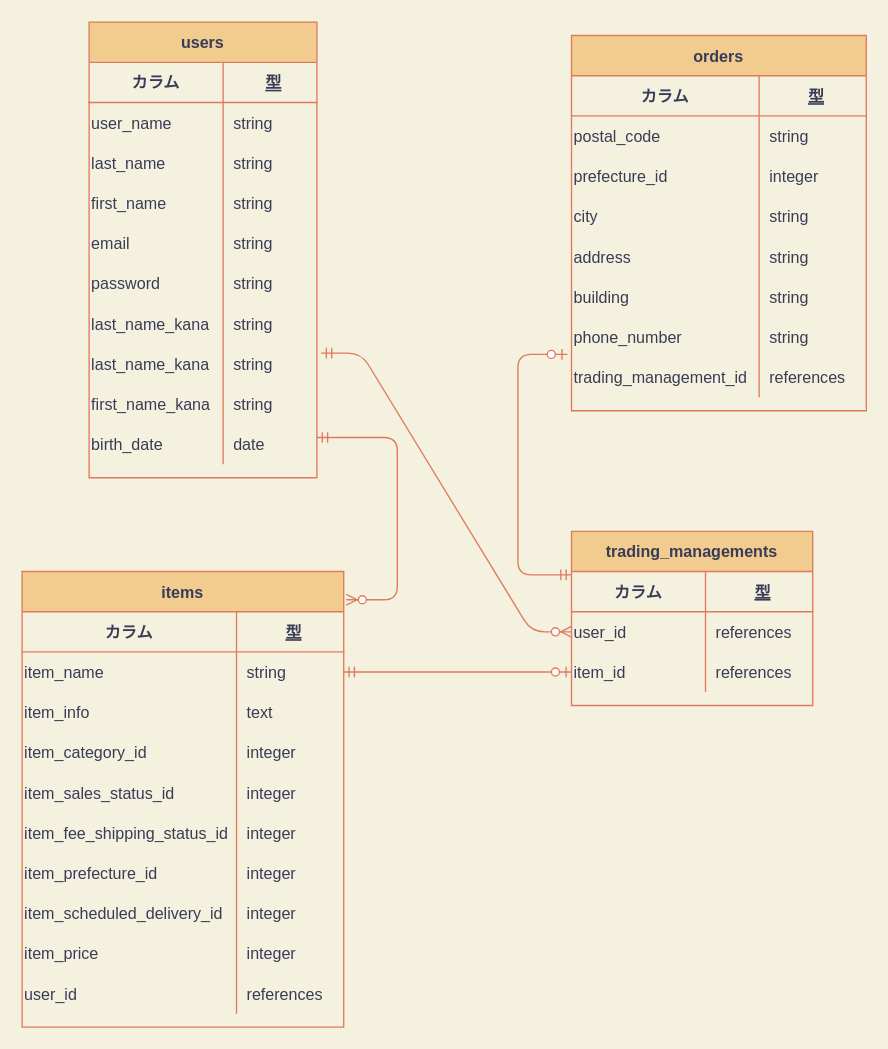
Before: er.dio in grenade-Y-O-S/furima-35778, a draw.io diagram. Source tidied: cells renumbered, new cells numbered last; positions are measured from the earlier drawing's top-left corner, leaving out a move shared by most shapes. Both pictures are drawn from the tidied source at 134%, with x=0, y=0 at pixel (21, 21).
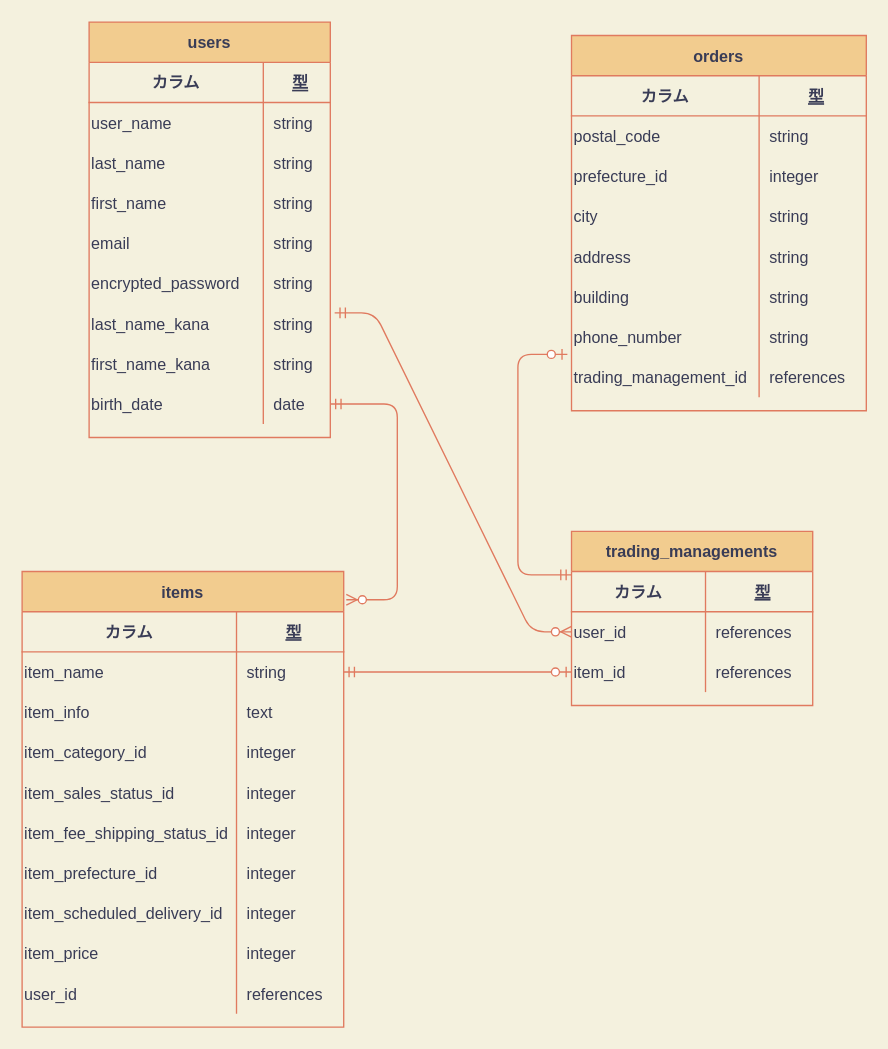
The same page after the edit.

Commit message:
データベース管理(修正5回目)

Unchanged cells that the change refers to:
```xml
<mxCell id="33" value="items" style="shape=table;startSize=30;childLayout=tableLayout;rowLines=0;fontStyle=1;align=center;fillColor=#F2CC8F;strokeColor=#E07A5F;fontColor=#393C56;" parent="1" vertex="1">
  <mxGeometry y="410" width="240" height="340" as="geometry" />
</mxCell>
```

The edit, as a diff of the source:
```diff
@@
     <mxCell id="2" value="users" style="shape=table;startSize=30;childLayout=tableLayout;rowLines=0;fontStyle=1;align=center;fillColor=#F2CC8F;strokeColor=#E07A5F;fontColor=#393C56;" parent="1" vertex="1">
-      <mxGeometry x="50" width="170" height="340" as="geometry" />
+      <mxGeometry x="50" width="180" height="310" as="geometry" />
     </mxCell>
     <mxCell id="3" style="shape=partialRectangle;fillColor=none;top=0;left=0;bottom=1;right=0;strokeColor=#E07A5F;fontColor=#393C56;" parent="2" vertex="1">
-      <mxGeometry y="30" width="170" height="30" as="geometry" />
+      <mxGeometry y="30" width="180" height="30" as="geometry" />
     </mxCell>
     <mxCell id="4" value="カラム" style="shape=partialRectangle;fillColor=none;top=0;left=0;bottom=0;right=0;fontStyle=1;overflow=hidden;strokeColor=#E07A5F;fontColor=#393C56;" parent="3" vertex="1">
-      <mxGeometry width="100" height="30" as="geometry" />
+      <mxGeometry width="130" height="30" as="geometry" />
     </mxCell>
     <mxCell id="5" value="型" style="shape=partialRectangle;fillColor=none;top=0;left=0;bottom=0;right=0;align=center;spacingLeft=6;fontStyle=5;overflow=hidden;strokeColor=#E07A5F;fontColor=#393C56;" parent="3" vertex="1">
-      <mxGeometry x="100" width="70" height="30" as="geometry" />
+      <mxGeometry x="130" width="50" height="30" as="geometry" />
     </mxCell>
     <mxCell id="6" style="shape=partialRectangle;fillColor=none;top=0;left=0;bottom=0;right=0;strokeColor=#E07A5F;fontColor=#393C56;" parent="2" vertex="1">
-      <mxGeometry y="60" width="170" height="30" as="geometry" />
+      <mxGeometry y="60" width="180" height="30" as="geometry" />
     </mxCell>
     <mxCell id="7" value="user_name" style="shape=partialRectangle;fillColor=none;top=0;left=0;bottom=0;right=0;overflow=hidden;align=left;strokeColor=#E07A5F;fontColor=#393C56;" parent="6" vertex="1">
-      <mxGeometry width="100" height="30" as="geometry" />
+      <mxGeometry width="130" height="30" as="geometry" />
     </mxCell>
     <mxCell id="8" value="string" style="shape=partialRectangle;fillColor=none;top=0;left=0;bottom=0;right=0;align=left;spacingLeft=6;overflow=hidden;strokeColor=#E07A5F;fontColor=#393C56;" parent="6" vertex="1">
-      <mxGeometry x="100" width="70" height="30" as="geometry" />
+      <mxGeometry x="130" width="50" height="30" as="geometry" />
     </mxCell>
     <mxCell id="9" style="shape=partialRectangle;fillColor=none;top=0;left=0;bottom=0;right=0;strokeColor=#E07A5F;fontColor=#393C56;" parent="2" vertex="1">
-      <mxGeometry y="90" width="170" height="30" as="geometry" />
+      <mxGeometry y="90" width="180" height="30" as="geometry" />
     </mxCell>
     <mxCell id="10" value="last_name" style="shape=partialRectangle;fillColor=none;top=0;left=0;bottom=0;right=0;overflow=hidden;align=left;strokeColor=#E07A5F;fontColor=#393C56;" parent="9" vertex="1">
-      <mxGeometry width="100" height="30" as="geometry" />
+      <mxGeometry width="130" height="30" as="geometry" />
     </mxCell>
     <mxCell id="11" value="string" style="shape=partialRectangle;fillColor=none;top=0;left=0;bottom=0;right=0;align=left;spacingLeft=6;overflow=hidden;strokeColor=#E07A5F;fontColor=#393C56;" parent="9" vertex="1">
-      <mxGeometry x="100" width="70" height="30" as="geometry" />
+      <mxGeometry x="130" width="50" height="30" as="geometry" />
     </mxCell>
     <mxCell id="12" style="shape=partialRectangle;fillColor=none;top=0;left=0;bottom=0;right=0;strokeColor=#E07A5F;fontColor=#393C56;" parent="2" vertex="1">
-      <mxGeometry y="120" width="170" height="30" as="geometry" />
+      <mxGeometry y="120" width="180" height="30" as="geometry" />
     </mxCell>
     <mxCell id="13" value="first_name" style="shape=partialRectangle;fillColor=none;top=0;left=0;bottom=0;right=0;overflow=hidden;align=left;strokeColor=#E07A5F;fontColor=#393C56;" parent="12" vertex="1">
-      <mxGeometry width="100" height="30" as="geometry" />
+      <mxGeometry width="130" height="30" as="geometry" />
     </mxCell>
     <mxCell id="14" value="string" style="shape=partialRectangle;fillColor=none;top=0;left=0;bottom=0;right=0;align=left;spacingLeft=6;overflow=hidden;strokeColor=#E07A5F;fontColor=#393C56;" parent="12" vertex="1">
-      <mxGeometry x="100" width="70" height="30" as="geometry" />
+      <mxGeometry x="130" width="50" height="30" as="geometry" />
     </mxCell>
     <mxCell id="15" style="shape=partialRectangle;fillColor=none;top=0;left=0;bottom=0;right=0;strokeColor=#E07A5F;fontColor=#393C56;" parent="2" vertex="1">
-      <mxGeometry y="150" width="170" height="30" as="geometry" />
+      <mxGeometry y="150" width="180" height="30" as="geometry" />
     </mxCell>
     <mxCell id="16" value="email" style="shape=partialRectangle;fillColor=none;top=0;left=0;bottom=0;right=0;overflow=hidden;align=left;strokeColor=#E07A5F;fontColor=#393C56;" parent="15" vertex="1">
-      <mxGeometry width="100" height="30" as="geometry" />
+      <mxGeometry width="130" height="30" as="geometry" />
     </mxCell>
     <mxCell id="17" value="string" style="shape=partialRectangle;fillColor=none;top=0;left=0;bottom=0;right=0;align=left;spacingLeft=6;overflow=hidden;strokeColor=#E07A5F;fontColor=#393C56;" parent="15" vertex="1">
-      <mxGeometry x="100" width="70" height="30" as="geometry" />
+      <mxGeometry x="130" width="50" height="30" as="geometry" />
     </mxCell>
     <mxCell id="18" style="shape=partialRectangle;fillColor=none;top=0;left=0;bottom=0;right=0;strokeColor=#E07A5F;fontColor=#393C56;" parent="2" vertex="1">
-      <mxGeometry y="180" width="170" height="30" as="geometry" />
+      <mxGeometry y="180" width="180" height="30" as="geometry" />
     </mxCell>
-    <mxCell id="19" value="password" style="shape=partialRectangle;fillColor=none;top=0;left=0;bottom=0;right=0;overflow=hidden;align=left;strokeColor=#E07A5F;fontColor=#393C56;" parent="18" vertex="1">
-      <mxGeometry width="100" height="30" as="geometry" />
+    <mxCell id="19" value="encrypted_password" style="shape=partialRectangle;fillColor=none;top=0;left=0;bottom=0;right=0;overflow=hidden;align=left;strokeColor=#E07A5F;fontColor=#393C56;" parent="18" vertex="1">
+      <mxGeometry width="130" height="30" as="geometry" />
     </mxCell>
     <mxCell id="20" value="string" style="shape=partialRectangle;fillColor=none;top=0;left=0;bottom=0;right=0;align=left;spacingLeft=6;overflow=hidden;strokeColor=#E07A5F;fontColor=#393C56;" parent="18" vertex="1">
-      <mxGeometry x="100" width="70" height="30" as="geometry" />
+      <mxGeometry x="130" width="50" height="30" as="geometry" />
     </mxCell>
-    <mxCell id="21" style="shape=partialRectangle;fillColor=none;top=0;left=0;bottom=0;right=0;strokeColor=#E07A5F;fontColor=#393C56;" parent="2" vertex="1">
-      <mxGeometry y="210" width="170" height="30" as="geometry" />
-    </mxCell>
-    <mxCell id="22" value="last_name_kana" style="shape=partialRectangle;fillColor=none;top=0;left=0;bottom=0;right=0;overflow=hidden;align=left;strokeColor=#E07A5F;fontColor=#393C56;" parent="21" vertex="1">
-      <mxGeometry width="100" height="30" as="geometry" />
-    </mxCell>
-    <mxCell id="23" value="string" style="shape=partialRectangle;fillColor=none;top=0;left=0;bottom=0;right=0;align=left;spacingLeft=6;overflow=hidden;strokeColor=#E07A5F;fontColor=#393C56;" parent="21" vertex="1">
-      <mxGeometry x="100" width="70" height="30" as="geometry" />
-    </mxCell>
     <mxCell id="24" style="shape=partialRectangle;fillColor=none;top=0;left=0;bottom=0;right=0;points=[[0,0.5],[1,0.5]];portConstraint=eastwest;strokeColor=#E07A5F;fontColor=#393C56;" parent="2" vertex="1">
-      <mxGeometry y="240" width="170" height="30" as="geometry" />
+      <mxGeometry y="210" width="180" height="30" as="geometry" />
     </mxCell>
     <mxCell id="25" value="last_name_kana" style="shape=partialRectangle;fillColor=none;top=0;left=0;bottom=0;right=0;overflow=hidden;align=left;strokeColor=#E07A5F;fontColor=#393C56;" parent="24" vertex="1">
-      <mxGeometry width="100" height="30" as="geometry" />
+      <mxGeometry width="130" height="30" as="geometry" />
     </mxCell>
     <mxCell id="26" value="string" style="shape=partialRectangle;fillColor=none;top=0;left=0;bottom=0;right=0;align=left;spacingLeft=6;overflow=hidden;strokeColor=#E07A5F;fontColor=#393C56;" parent="24" vertex="1">
-      <mxGeometry x="100" width="70" height="30" as="geometry" />
+      <mxGeometry x="130" width="50" height="30" as="geometry" />
     </mxCell>
     <mxCell id="27" style="shape=partialRectangle;fillColor=none;top=0;left=0;bottom=0;right=0;strokeColor=#E07A5F;fontColor=#393C56;" parent="2" vertex="1">
-      <mxGeometry y="270" width="170" height="30" as="geometry" />
+      <mxGeometry y="240" width="180" height="30" as="geometry" />
     </mxCell>
     <mxCell id="28" value="first_name_kana" style="shape=partialRectangle;fillColor=none;top=0;left=0;bottom=0;right=0;overflow=hidden;align=left;strokeColor=#E07A5F;fontColor=#393C56;" parent="27" vertex="1">
-      <mxGeometry width="100" height="30" as="geometry" />
+      <mxGeometry width="130" height="30" as="geometry" />
     </mxCell>
     <mxCell id="29" value="string" style="shape=partialRectangle;fillColor=none;top=0;left=0;bottom=0;right=0;align=left;spacingLeft=6;overflow=hidden;strokeColor=#E07A5F;fontColor=#393C56;" parent="27" vertex="1">
-      <mxGeometry x="100" width="70" height="30" as="geometry" />
+      <mxGeometry x="130" width="50" height="30" as="geometry" />
     </mxCell>
     <mxCell id="30" style="shape=partialRectangle;fillColor=none;top=0;left=0;bottom=0;right=0;points=[[0,0.5],[1,0.5]];portConstraint=eastwest;strokeColor=#E07A5F;fontColor=#393C56;" parent="2" vertex="1">
-      <mxGeometry y="300" width="170" height="30" as="geometry" />
+      <mxGeometry y="270" width="180" height="30" as="geometry" />
     </mxCell>
     <mxCell id="31" value="birth_date" style="shape=partialRectangle;fillColor=none;top=0;left=0;bottom=0;right=0;overflow=hidden;align=left;strokeColor=#E07A5F;fontColor=#393C56;" parent="30" vertex="1">
-      <mxGeometry width="100" height="30" as="geometry" />
+      <mxGeometry width="130" height="30" as="geometry" />
     </mxCell>
     <mxCell id="32" value="date" style="shape=partialRectangle;fillColor=none;top=0;left=0;bottom=0;right=0;align=left;spacingLeft=6;overflow=hidden;strokeColor=#E07A5F;fontColor=#393C56;" parent="30" vertex="1">
-      <mxGeometry x="100" width="70" height="30" as="geometry" />
+      <mxGeometry x="130" width="50" height="30" as="geometry" />
     </mxCell>
@@
-    <mxCell id="89" style="edgeStyle=orthogonalEdgeStyle;fontSize=12;html=1;endArrow=ERzeroToMany;startArrow=ERmandOne;entryX=1.008;entryY=0.062;entryDx=0;entryDy=0;entryPerimeter=0;labelBackgroundColor=#F4F1DE;strokeColor=#E07A5F;fontColor=#393C56;" parent="1" edge="1" target="33">
+    <mxCell id="89" style="edgeStyle=orthogonalEdgeStyle;fontSize=12;html=1;endArrow=ERzeroToMany;startArrow=ERmandOne;entryX=1.008;entryY=0.062;entryDx=0;entryDy=0;entryPerimeter=0;labelBackgroundColor=#F4F1DE;strokeColor=#E07A5F;fontColor=#393C56;exitX=1;exitY=0.5;exitDx=0;exitDy=0;" parent="1" edge="1" source="30" target="33">
       <mxGeometry relative="1" as="geometry">
-        <mxPoint x="220" y="310" as="sourcePoint" />
         <Array as="points">
-          <mxPoint x="280" y="310" />
+          <mxPoint x="280" y="285" />
           <mxPoint x="280" y="431" />
         </Array>
       </mxGeometry>
     </mxCell>
```
